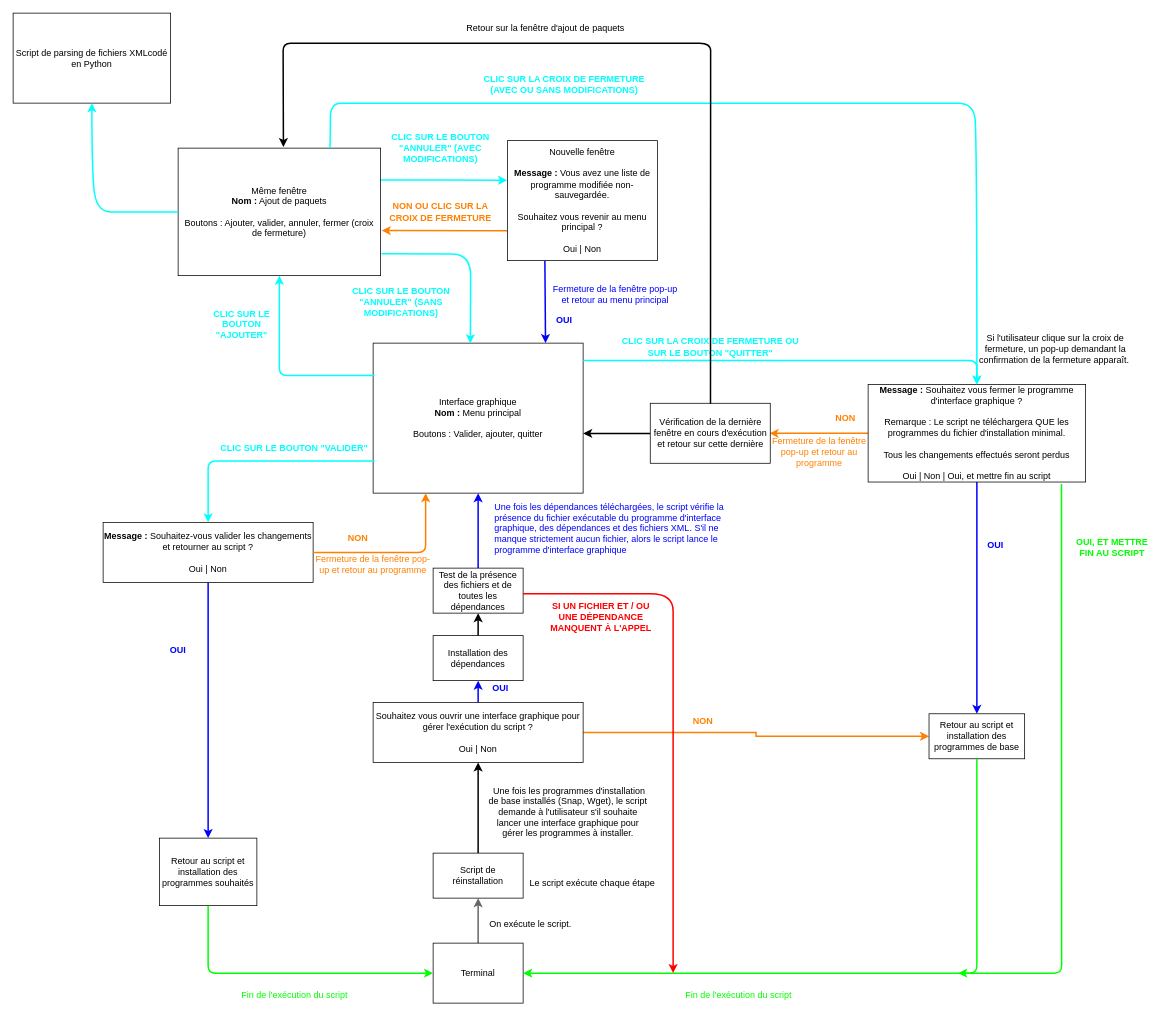
Before: GUI/Interface graphique.drawio in DimitriObeid/Linux-reinstall, a draw.io diagram. Source tidied: cells renumbered, new cells numbered last; positions are measured from the earlier drawing's top-left corner, leaving out a move shared by most shapes. Both pictures are drawn from the tidied source at 75%, with x=0, y=0 at pixel (13, 13).
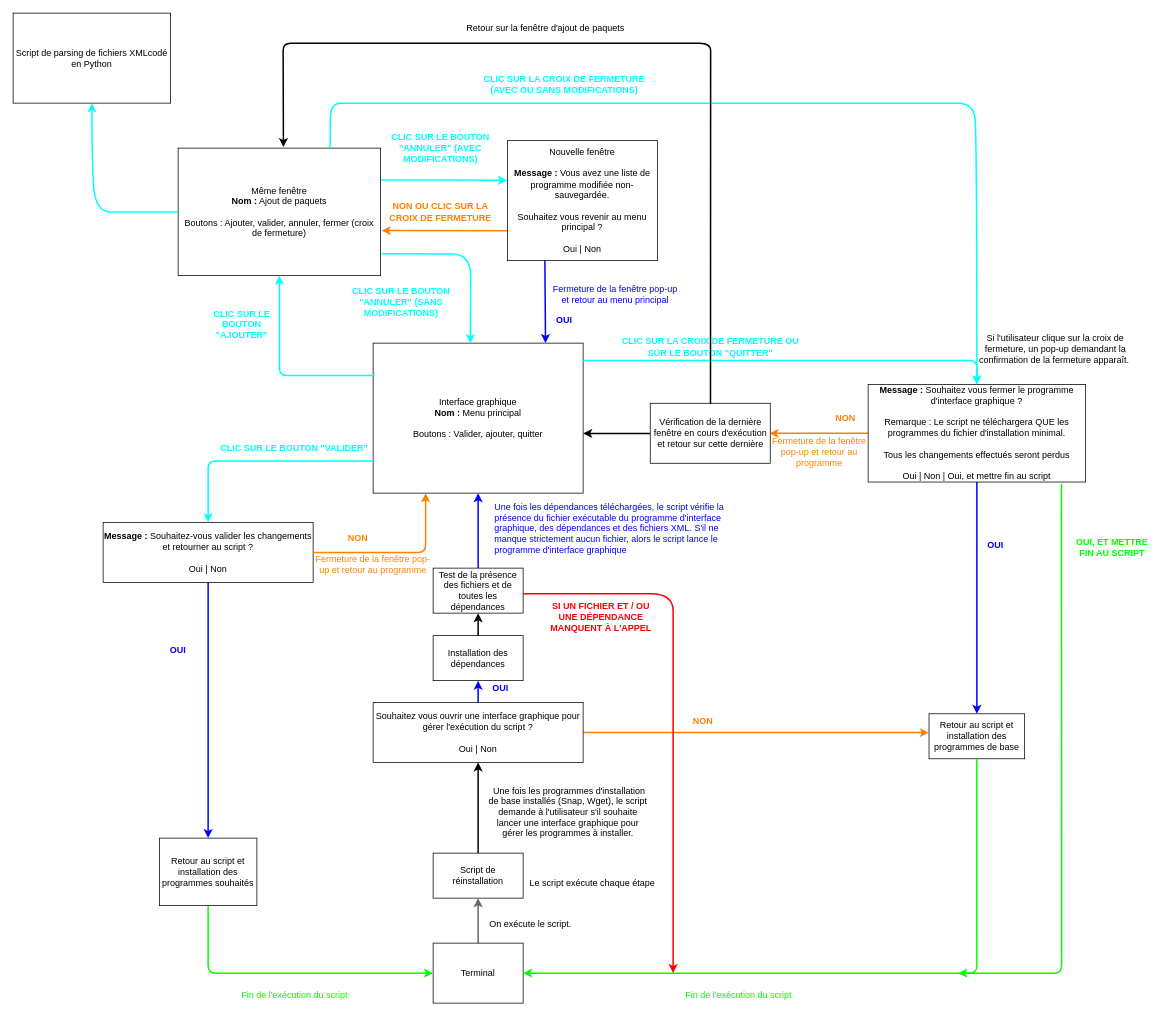
The same page after the edit.

Unchanged cells that the change refers to:
```xml
<mxCell id="7" value="Souhaitez vous ouvrir une interface graphique pour gérer l'exécution du script ?&lt;br&gt;&lt;br&gt;Oui | Non" style="rounded=0;whiteSpace=wrap;html=1;" parent="1" vertex="1">
  <mxGeometry x="480" y="919" width="280" height="80" as="geometry" />
</mxCell>
<mxCell id="17" value="Retour au script et installation des programmes de base" style="rounded=0;whiteSpace=wrap;html=1;" parent="1" vertex="1">
  <mxGeometry x="1221.2" y="934.2" width="127.5" height="60" as="geometry" />
</mxCell>
```

The edit, as a diff of the source:
```diff
@@
-    <mxCell id="6" style="edgeStyle=orthogonalEdgeStyle;rounded=0;jettySize=auto;html=1;entryX=0;entryY=0.5;entryDx=0;entryDy=0;strokeWidth=2;strokeColor=#FF8000;" parent="1" edge="1" source="7" target="17">
-      <mxGeometry relative="1" as="geometry" />
+    <mxCell id="6" style="edgeStyle=orthogonalEdgeStyle;rounded=0;jettySize=auto;html=1;entryX=-0.001;entryY=0.419;entryDx=0;entryDy=0;strokeWidth=2;strokeColor=#FF8000;entryPerimeter=0;" parent="1" edge="1" source="7" target="17">
+      <mxGeometry relative="1" as="geometry">
+        <Array as="points">
+          <mxPoint x="1180" y="959" />
+        </Array>
+      </mxGeometry>
     </mxCell>
```
